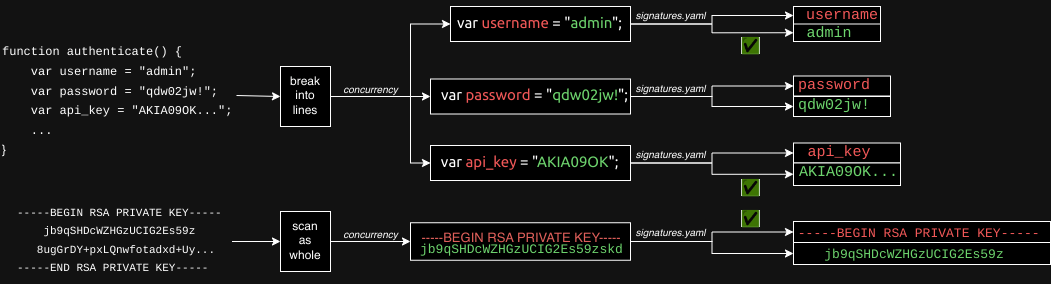
nyxragon/secretsnitch keeps this draw.io diagram as media/secretsnitch_parsing.drawio.png. Above is the earlier version. Source tidied: cells renumbered, new cells last; positions are measured from the earlier drawing's top-left corner, leaving out a move shared by most shapes.
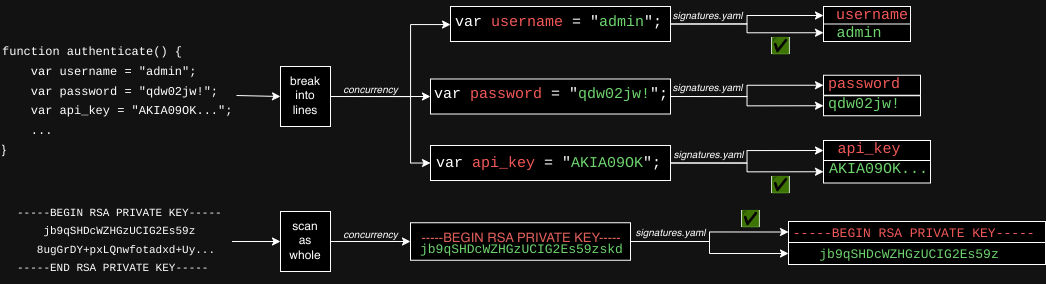
After the change.

Diff of the diagram source:
```diff
@@ -37,8 +37,8 @@
     <mxCell id="9" style="edgeStyle=orthogonalEdgeStyle;rounded=0;jettySize=auto;html=1;exitX=1;exitY=0.5;exitDx=0;exitDy=0;entryX=0;entryY=0.5;entryDx=0;entryDy=0;" parent="1" edge="1" source="10" target="18">
       <mxGeometry relative="1" as="geometry" />
     </mxCell>
-    <mxCell id="10" value="&lt;h1 style=&quot;text-align: left; margin-top: 0px; line-height: 0px;&quot;&gt;&lt;font face=&quot;aAvq1E3ECTA7th5gryZn&quot;&gt;&lt;font size=&quot;1&quot;&gt;&lt;span style=&quot;font-weight: 400;&quot;&gt;&amp;nbsp; &amp;nbsp;&amp;nbsp;&lt;/span&gt;&lt;/font&gt;&lt;span style=&quot;font-weight: 400; font-size: x-small; background-color: initial;&quot;&gt;var &lt;font color=&quot;#ff6666&quot;&gt;username&lt;/font&gt; = &quot;&lt;font color=&quot;#006600&quot;&gt;admin&lt;/font&gt;&quot;;&lt;/span&gt;&lt;/font&gt;&lt;/h1&gt;" style="rounded=0;whiteSpace=wrap;html=1;spacingLeft=-15;spacingBottom=-10;" parent="1" vertex="1">
-      <mxGeometry x="450" y="6" width="180" height="35" as="geometry" />
+    <mxCell id="10" value="&lt;h1 style=&quot;margin-top: 0px; line-height: 0px;&quot;&gt;&lt;font&gt;&lt;font size=&quot;1&quot;&gt;&lt;span style=&quot;font-weight: 400;&quot;&gt;&amp;nbsp; &lt;/span&gt;&lt;/font&gt;&lt;span style=&quot;font-weight: 400; font-size: x-small; background-color: initial;&quot;&gt;var &lt;font color=&quot;#ff6666&quot;&gt;username&lt;/font&gt; = &quot;&lt;font color=&quot;#006600&quot;&gt;admin&lt;/font&gt;&quot;;&lt;/span&gt;&lt;/font&gt;&lt;/h1&gt;" style="rounded=0;whiteSpace=wrap;html=1;spacingLeft=-15;spacingBottom=-10;fontFamily=Courier New;align=left;" parent="1" vertex="1">
+      <mxGeometry x="450" y="6" width="220" height="35" as="geometry" />
     </mxCell>
     <mxCell id="11" style="edgeStyle=orthogonalEdgeStyle;rounded=0;jettySize=auto;html=1;exitX=1;exitY=0.5;exitDx=0;exitDy=0;entryX=0;entryY=0.5;entryDx=0;entryDy=0;" parent="1" edge="1" source="13" target="21">
       <mxGeometry relative="1" as="geometry" />
@@ -46,8 +46,8 @@
     <mxCell id="12" style="edgeStyle=orthogonalEdgeStyle;rounded=0;jettySize=auto;html=1;exitX=1;exitY=0.5;exitDx=0;exitDy=0;entryX=0;entryY=0.5;entryDx=0;entryDy=0;" parent="1" edge="1" source="13" target="22">
       <mxGeometry relative="1" as="geometry" />
     </mxCell>
-    <mxCell id="13" value="&lt;h1 style=&quot;margin-top: 0px; line-height: 0px;&quot;&gt;&lt;span style=&quot;font-weight: 400; font-size: x-small; background-color: initial;&quot;&gt;&lt;font face=&quot;aAvq1E3ECTA7th5gryZn&quot;&gt;&amp;nbsp; &amp;nbsp; var &lt;font color=&quot;#ff6666&quot;&gt;api_key&lt;/font&gt; = &quot;&lt;font color=&quot;#006600&quot;&gt;AKIA09OK&lt;/font&gt;&quot;;&lt;/font&gt;&lt;/span&gt;&lt;/h1&gt;" style="rounded=0;whiteSpace=wrap;html=1;align=left;spacingLeft=-5;spacingBottom=-15;" parent="1" vertex="1">
-      <mxGeometry x="430" y="145" width="200" height="35" as="geometry" />
+    <mxCell id="13" value="&lt;h1 style=&quot;margin-top: 0px; line-height: 0px;&quot;&gt;&lt;span style=&quot;font-weight: 400; font-size: x-small; background-color: initial;&quot;&gt;&lt;font&gt;&amp;nbsp;var &lt;font color=&quot;#ff6666&quot;&gt;api_key&lt;/font&gt; = &quot;&lt;font color=&quot;#006600&quot;&gt;AKIA09OK&lt;/font&gt;&quot;;&lt;/font&gt;&lt;/span&gt;&lt;/h1&gt;" style="rounded=0;whiteSpace=wrap;html=1;align=left;spacingLeft=-5;spacingBottom=-15;fontFamily=Courier New;" parent="1" vertex="1">
+      <mxGeometry x="430" y="145" width="240" height="35" as="geometry" />
     </mxCell>
     <mxCell id="14" style="edgeStyle=orthogonalEdgeStyle;rounded=0;jettySize=auto;html=1;exitX=1;exitY=0.5;exitDx=0;exitDy=0;entryX=0;entryY=0.5;entryDx=0;entryDy=0;" parent="1" edge="1" source="16" target="19">
       <mxGeometry relative="1" as="geometry" />
@@ -55,44 +55,44 @@
     <mxCell id="15" style="edgeStyle=orthogonalEdgeStyle;rounded=0;jettySize=auto;html=1;exitX=1;exitY=0.5;exitDx=0;exitDy=0;entryX=0;entryY=0.5;entryDx=0;entryDy=0;" parent="1" edge="1" source="16" target="20">
       <mxGeometry relative="1" as="geometry" />
     </mxCell>
-    <mxCell id="16" value="&lt;h1 style=&quot;margin-top: 0px; line-height: 0px;&quot;&gt;&lt;font face=&quot;aAvq1E3ECTA7th5gryZn&quot;&gt;&lt;span style=&quot;font-weight: 400; font-size: x-small; background-color: initial;&quot;&gt;var &lt;font color=&quot;#ff6666&quot;&gt;password&lt;/font&gt; = &quot;&lt;/span&gt;&lt;/font&gt;&lt;span style=&quot;font-weight: 400; font-family: aAvq1E3ECTA7th5gryZn; font-size: x-small; background-color: initial;&quot;&gt;&lt;font color=&quot;#006600&quot;&gt;qdw02jw!&lt;/font&gt;&lt;/span&gt;&lt;span style=&quot;background-color: initial; font-size: x-small; font-weight: 400; font-family: aAvq1E3ECTA7th5gryZn;&quot;&gt;&quot;;&lt;/span&gt;&lt;/h1&gt;" style="rounded=0;whiteSpace=wrap;html=1;spacingLeft=-15;spacingBottom=-10;align=right;" parent="1" vertex="1">
-      <mxGeometry x="430" y="78.5" width="200" height="35" as="geometry" />
+    <mxCell id="16" value="&lt;h1 style=&quot;margin-top: 0px; line-height: 0px;&quot;&gt;&lt;font&gt;&lt;span style=&quot;font-weight: 400; font-size: x-small; background-color: initial;&quot;&gt;var &lt;font color=&quot;#ff6666&quot;&gt;password&lt;/font&gt; = &quot;&lt;/span&gt;&lt;/font&gt;&lt;span style=&quot;font-weight: 400; font-size: x-small; background-color: initial;&quot;&gt;&lt;font color=&quot;#006600&quot;&gt;qdw02jw!&lt;/font&gt;&lt;/span&gt;&lt;span style=&quot;background-color: initial; font-size: x-small; font-weight: 400;&quot;&gt;&quot;;&lt;/span&gt;&lt;/h1&gt;" style="rounded=0;whiteSpace=wrap;html=1;spacingLeft=-15;spacingBottom=-10;align=right;fontFamily=Courier New;" parent="1" vertex="1">
+      <mxGeometry x="430" y="78.5" width="240" height="35" as="geometry" />
     </mxCell>
     <mxCell id="17" value="&lt;h1 style=&quot;margin-top: 0px; line-height: 0px;&quot;&gt;&lt;font size=&quot;1&quot;&gt;&lt;span style=&quot;font-weight: 400;&quot;&gt;username&lt;/span&gt;&lt;/font&gt;&lt;/h1&gt;" style="rounded=0;whiteSpace=wrap;html=1;spacingLeft=-15;spacingBottom=-10;fontColor=#FF6666;fontFamily=Courier New;align=right;verticalAlign=top;" parent="1" vertex="1">
-      <mxGeometry x="793" y="6" width="87" height="18" as="geometry" />
+      <mxGeometry x="823" y="6" width="87" height="18" as="geometry" />
     </mxCell>
     <mxCell id="18" value="&lt;h1 style=&quot;margin-top: 0px; line-height: 0px;&quot;&gt;&lt;font color=&quot;#006600&quot; size=&quot;1&quot;&gt;&lt;span style=&quot;font-weight: 400;&quot;&gt;admin&lt;/span&gt;&lt;/font&gt;&lt;/h1&gt;" style="rounded=0;whiteSpace=wrap;html=1;spacingLeft=-15;spacingBottom=-10;fontColor=#33FF33;fontFamily=Courier New;align=center;verticalAlign=top;" parent="1" vertex="1">
-      <mxGeometry x="793" y="23.5" width="87" height="17.5" as="geometry" />
+      <mxGeometry x="823" y="23.5" width="87" height="17.5" as="geometry" />
     </mxCell>
     <mxCell id="19" value="&lt;h1 style=&quot;margin-top: 0px; line-height: 0px;&quot;&gt;&lt;font size=&quot;1&quot;&gt;&lt;span style=&quot;font-weight: 400;&quot;&gt;password&lt;/span&gt;&lt;/font&gt;&lt;/h1&gt;" style="rounded=0;whiteSpace=wrap;html=1;spacingLeft=-15;spacingBottom=-10;fontColor=#FF6666;fontFamily=Courier New;align=center;verticalAlign=top;" parent="1" vertex="1">
-      <mxGeometry x="793" y="75.5" width="97" height="20" as="geometry" />
+      <mxGeometry x="823" y="74.8" width="97" height="20" as="geometry" />
     </mxCell>
     <mxCell id="20" value="&lt;h1 style=&quot;margin-top: 0px; line-height: 0px;&quot;&gt;&lt;font size=&quot;1&quot;&gt;&lt;span style=&quot;font-weight: 400;&quot;&gt;qdw02jw!&lt;/span&gt;&lt;/font&gt;&lt;/h1&gt;" style="rounded=0;whiteSpace=wrap;html=1;spacingLeft=-15;spacingBottom=-10;fontColor=#006600;fontFamily=Courier New;align=center;verticalAlign=top;" parent="1" vertex="1">
-      <mxGeometry x="793" y="96" width="97" height="20" as="geometry" />
+      <mxGeometry x="823" y="95.2" width="97" height="20" as="geometry" />
     </mxCell>
     <mxCell id="21" value="&lt;h1 style=&quot;margin-top: 0px; line-height: 0px;&quot;&gt;&lt;font size=&quot;1&quot;&gt;&lt;span style=&quot;font-weight: 400;&quot;&gt;api_key&lt;/span&gt;&lt;/font&gt;&lt;/h1&gt;" style="rounded=0;whiteSpace=wrap;html=1;spacingLeft=-15;spacingBottom=-10;fontColor=#FF6666;fontFamily=Courier New;align=center;verticalAlign=top;" parent="1" vertex="1">
-      <mxGeometry x="793" y="142.5" width="107" height="20" as="geometry" />
+      <mxGeometry x="823" y="140" width="107" height="20" as="geometry" />
     </mxCell>
     <mxCell id="22" value="&lt;h1 style=&quot;margin-top: 0px; line-height: 0px;&quot;&gt;&lt;span style=&quot;font-weight: 400; font-size: x-small; background-color: initial;&quot;&gt;&lt;font color=&quot;#006600&quot;&gt;AKIA09OK...&lt;/font&gt;&lt;/span&gt;&lt;/h1&gt;" style="rounded=0;whiteSpace=wrap;html=1;spacingLeft=-15;spacingBottom=-10;fontColor=#33FF33;align=right;fontFamily=Courier New;verticalAlign=top;" parent="1" vertex="1">
-      <mxGeometry x="793" y="162.5" width="107" height="22.5" as="geometry" />
+      <mxGeometry x="823" y="160" width="107" height="22.5" as="geometry" />
     </mxCell>
     <mxCell id="23" value="&lt;i style=&quot;font-size: 10px;&quot;&gt;concurrency&lt;/i&gt;" style="text;html=1;align=center;verticalAlign=middle;strokeColor=none;fillColor=none;fontSize=10;" parent="1" vertex="1">
       <mxGeometry x="330" y="74" width="80" height="30" as="geometry" />
     </mxCell>
     <mxCell id="24" value="&lt;span style=&quot;color: rgb(205, 205, 205); font-family: &amp;quot;Google Sans&amp;quot;, Arial, sans-serif; font-size: 16px; text-align: start; text-wrap: wrap; background-color: rgb(16, 18, 24);&quot;&gt;✅&lt;/span&gt;" style="text;html=1;align=center;verticalAlign=middle;strokeColor=none;fillColor=none;" parent="1" vertex="1">
-      <mxGeometry x="730" y="30" width="40" height="30" as="geometry" />
+      <mxGeometry x="760" y="30" width="40" height="30" as="geometry" />
     </mxCell>
     <mxCell id="25" value="&lt;span style=&quot;color: rgb(205, 205, 205); font-family: &amp;quot;Google Sans&amp;quot;, Arial, sans-serif; font-size: 16px; text-align: start; text-wrap: wrap; background-color: rgb(16, 18, 24);&quot;&gt;✅&lt;/span&gt;" style="text;html=1;align=center;verticalAlign=middle;strokeColor=none;fillColor=none;" parent="1" vertex="1">
-      <mxGeometry x="730" y="172" width="40" height="30" as="geometry" />
+      <mxGeometry x="760" y="169" width="40" height="30" as="geometry" />
     </mxCell>
     <mxCell id="26" value="&lt;i style=&quot;font-size: 10px;&quot;&gt;signatures.yaml&lt;/i&gt;" style="text;html=1;align=center;verticalAlign=middle;strokeColor=none;fillColor=none;fontSize=10;" parent="1" vertex="1">
-      <mxGeometry x="625" width="90" height="30" as="geometry" />
+      <mxGeometry x="662" width="90" height="30" as="geometry" />
     </mxCell>
     <mxCell id="27" value="&lt;i style=&quot;font-size: 10px;&quot;&gt;signatures.yaml&lt;/i&gt;" style="text;html=1;align=center;verticalAlign=middle;strokeColor=none;fillColor=none;fontSize=10;" parent="1" vertex="1">
-      <mxGeometry x="625" y="73" width="90" height="30" as="geometry" />
+      <mxGeometry x="662" y="71.8" width="90" height="30" as="geometry" />
     </mxCell>
     <mxCell id="28" value="&lt;i style=&quot;font-size: 10px;&quot;&gt;signatures.yaml&lt;/i&gt;" style="text;html=1;align=center;verticalAlign=middle;strokeColor=none;fillColor=none;fontSize=10;" parent="1" vertex="1">
-      <mxGeometry x="625" y="139" width="90" height="30" as="geometry" />
+      <mxGeometry x="663" y="139" width="90" height="30" as="geometry" />
     </mxCell>
     <mxCell id="29" style="edgeStyle=orthogonalEdgeStyle;rounded=0;jettySize=auto;html=1;exitX=1;exitY=0.5;exitDx=0;exitDy=0;entryX=0;entryY=0.5;entryDx=0;entryDy=0;" parent="1" edge="1" source="30" target="32">
       <mxGeometry relative="1" as="geometry" />
@@ -122,10 +122,10 @@
       <mxGeometry x="730" y="203" width="40" height="30" as="geometry" />
     </mxCell>
     <mxCell id="38" value="&lt;div style=&quot;margin-top: 0px; line-height: 11px; font-size: 13px;&quot;&gt;&lt;font style=&quot;font-weight: normal; font-size: 13px;&quot;&gt;&amp;nbsp;-----BEGIN RSA PRIVATE KEY-----&lt;/font&gt;&lt;/div&gt;" style="rounded=0;whiteSpace=wrap;html=1;align=left;spacingLeft=-5;spacingBottom=-15;fontFamily=Courier New;verticalAlign=top;fontColor=#FF6666;" parent="1" vertex="1">
-      <mxGeometry x="793" y="221" width="257" height="21" as="geometry" />
+      <mxGeometry x="788" y="221" width="257" height="21" as="geometry" />
     </mxCell>
     <mxCell id="39" value="&lt;h1 style=&quot;text-align: left; margin-top: 0px; line-height: 11px; font-size: 13px;&quot;&gt;&lt;span style=&quot;font-weight: normal; background-color: initial; font-size: 13px;&quot;&gt;&lt;font color=&quot;#006600&quot;&gt;jb9qSHDcWZHGzUCIG2Es59z&lt;/font&gt;&lt;/span&gt;&lt;/h1&gt;" style="rounded=0;whiteSpace=wrap;html=1;spacingLeft=-15;spacingBottom=-10;fontColor=#33ff33;fontFamily=Courier New;fontSize=13;verticalAlign=top;" parent="1" vertex="1">
-      <mxGeometry x="793" y="242" width="257" height="22" as="geometry" />
+      <mxGeometry x="788" y="242" width="257" height="22" as="geometry" />
     </mxCell>
     <mxCell id="40" value="&lt;i style=&quot;font-size: 10px;&quot;&gt;signatures.yaml&lt;/i&gt;" style="text;html=1;align=center;verticalAlign=middle;strokeColor=none;fillColor=none;fontSize=10;" parent="1" vertex="1">
       <mxGeometry x="625" y="216.5" width="90" height="30" as="geometry" />
```
